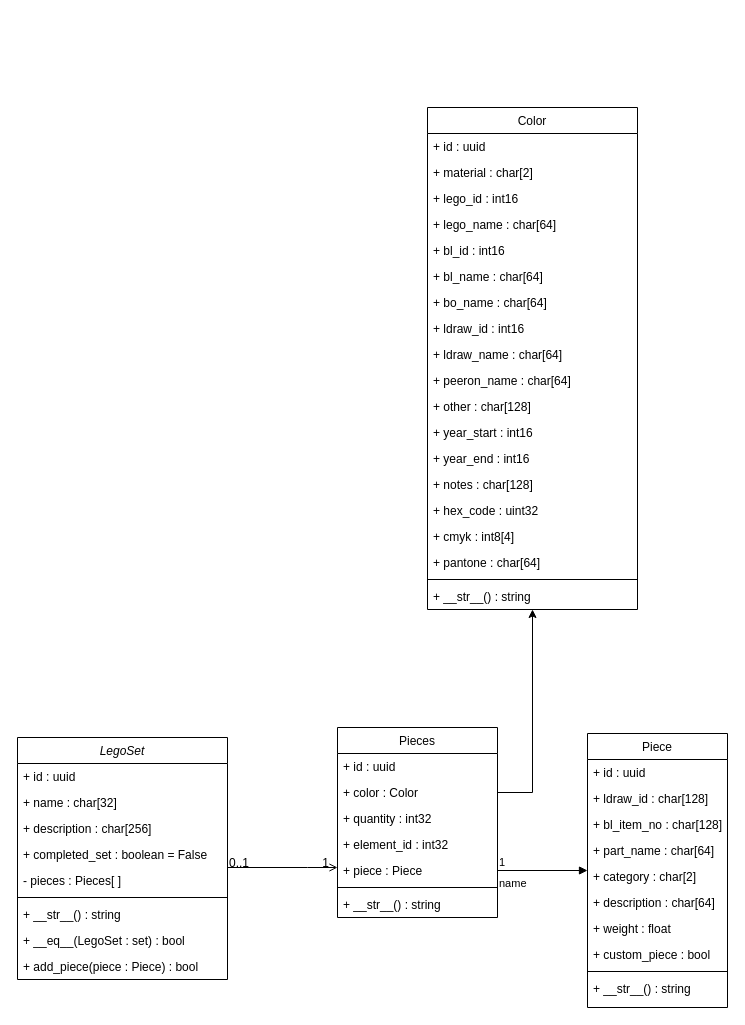
Before: docs/Lego_Set_UML.drawio in LilDataMonster/Brixilated-Server, a draw.io diagram. Source tidied: cells renumbered, new cells numbered last; positions are measured from the earlier drawing's top-left corner, leaving out a move shared by most shapes. Both pictures are drawn from the tidied source at 100%, with x=0, y=0 at pixel (17, 107).
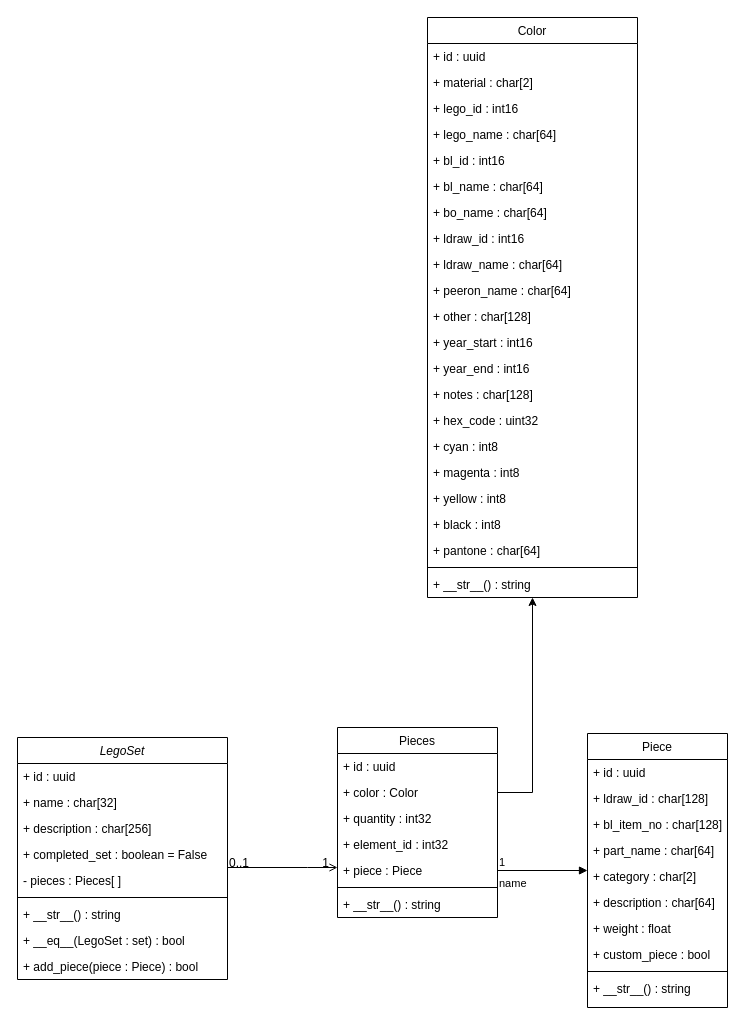
The same diagram, later.

Commit message:
Updated CYMK on UML

The edit, as a diff of the source:
```diff
@@
     <mxCell id="36" value="Color" style="swimlane;fontStyle=0;align=center;verticalAlign=top;horizontal=1;startSize=26;rounded=0;shadow=0;strokeWidth=1;" parent="1" vertex="1">
-      <mxGeometry x="410" width="210" height="502" as="geometry" />
+      <mxGeometry x="410" y="-90" width="210" height="580" as="geometry" />
     </mxCell>
@@
-    <mxCell id="52" value="+ cmyk : int8[4]" style="text;align=left;verticalAlign=top;spacingLeft=4;spacingRight=4;overflow=hidden;rounded=0;shadow=0;html=0;" parent="36" vertex="1">
+    <mxCell id="52" value="+ cyan : int8" style="text;align=left;verticalAlign=top;spacingLeft=4;spacingRight=4;overflow=hidden;rounded=0;shadow=0;html=0;" parent="36" vertex="1">
       <mxGeometry y="416" width="210" height="26" as="geometry" />
     </mxCell>
+    <mxCell id="57" value="+ magenta : int8" style="text;align=left;verticalAlign=top;spacingLeft=4;spacingRight=4;overflow=hidden;rounded=0;shadow=0;html=0;" parent="36" vertex="1">
+      <mxGeometry y="442" width="210" height="26" as="geometry" />
+    </mxCell>
+    <mxCell id="58" value="+ yellow : int8" style="text;align=left;verticalAlign=top;spacingLeft=4;spacingRight=4;overflow=hidden;rounded=0;shadow=0;html=0;" parent="36" vertex="1">
+      <mxGeometry y="468" width="210" height="26" as="geometry" />
+    </mxCell>
+    <mxCell id="59" value="+ black : int8" style="text;align=left;verticalAlign=top;spacingLeft=4;spacingRight=4;overflow=hidden;rounded=0;shadow=0;html=0;" parent="36" vertex="1">
+      <mxGeometry y="494" width="210" height="26" as="geometry" />
+    </mxCell>
     <mxCell id="53" value="+ pantone : char[64]" style="text;align=left;verticalAlign=top;spacingLeft=4;spacingRight=4;overflow=hidden;rounded=0;shadow=0;html=0;" parent="36" vertex="1">
-      <mxGeometry y="442" width="210" height="26" as="geometry" />
+      <mxGeometry y="520" width="210" height="26" as="geometry" />
     </mxCell>
     <mxCell id="54" style="line;html=1;strokeWidth=1;align=left;verticalAlign=middle;spacingTop=-1;spacingLeft=3;spacingRight=3;labelPosition=right;" parent="36" vertex="1">
-      <mxGeometry y="468" width="210" height="8" as="geometry" />
+      <mxGeometry y="546" width="210" height="8" as="geometry" />
     </mxCell>
     <mxCell id="55" value="+ __str__() : string" style="text;align=left;verticalAlign=top;spacingLeft=4;spacingRight=4;overflow=hidden;" parent="36" vertex="1">
-      <mxGeometry y="476" width="210" height="26" as="geometry" />
+      <mxGeometry y="554" width="210" height="26" as="geometry" />
     </mxCell>
```
